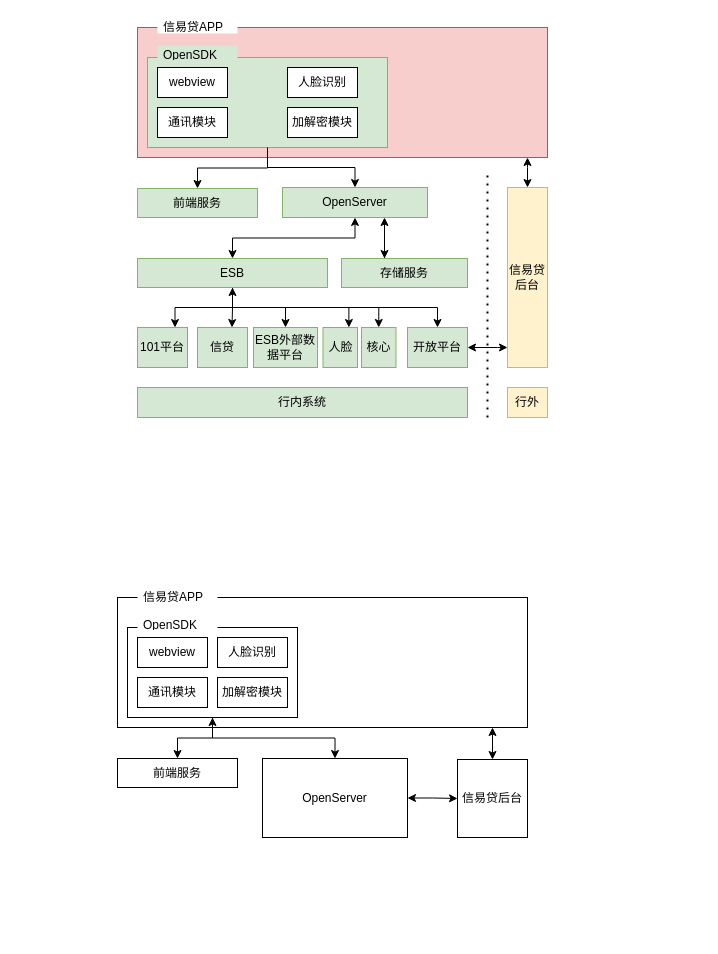
Before: page "第 3 页" (3 of 8) of doc/未命名绘图.drawio in shushanfx/nfile, a draw.io diagram. Source tidied: cells renumbered, new cells numbered last; positions are measured from the earlier drawing's top-left corner, leaving out a move shared by most shapes. Both pictures are drawn from the tidied source at 100%, with x=0, y=0 at pixel (117, 17).
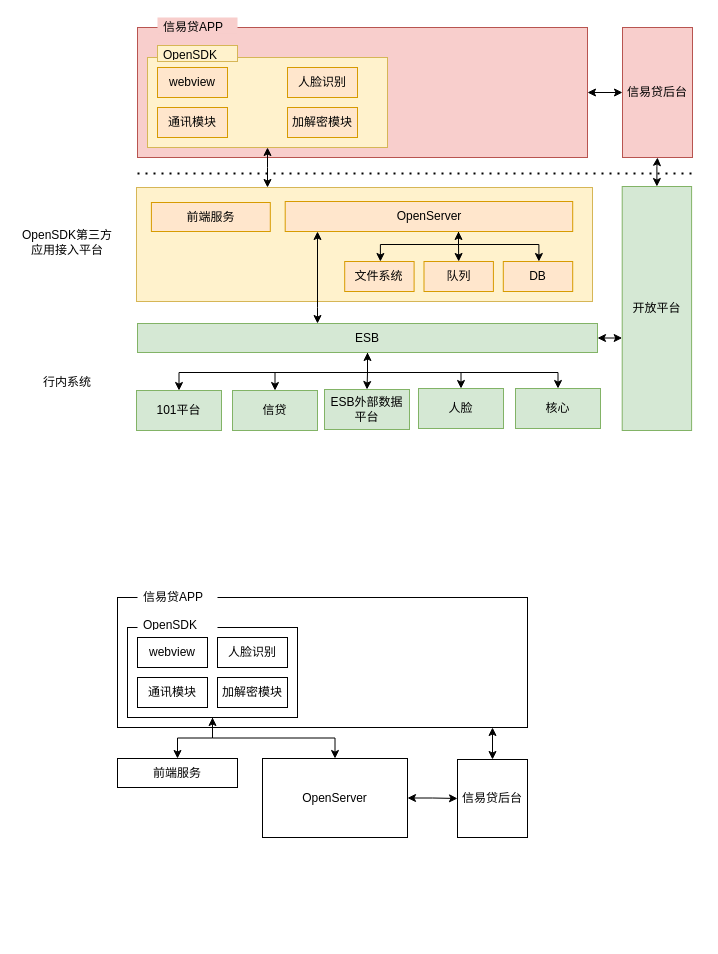
After the change.

The edit, as a diff of the source:
```diff
@@
-    <mxCell id="18" style="edgeStyle=orthogonalEdgeStyle;rounded=0;jettySize=auto;html=1;entryX=0.5;entryY=0;entryDx=0;entryDy=0;startArrow=classic;startFill=1;" parent="1" edge="1" source="19" target="38">
-      <mxGeometry relative="1" as="geometry">
-        <Array as="points">
-          <mxPoint x="410" y="150" />
-          <mxPoint x="410" y="150" />
-        </Array>
-      </mxGeometry>
-    </mxCell>
     <mxCell id="19" style="rounded=0;whiteSpace=wrap;html=1;fillColor=#f8cecc;strokeColor=#b85450;" parent="1" vertex="1">
-      <mxGeometry x="20" y="10" width="410" height="130" as="geometry" />
+      <mxGeometry x="20" y="10" width="450" height="130" as="geometry" />
     </mxCell>
-    <mxCell id="20" style="edgeStyle=orthogonalEdgeStyle;rounded=0;jettySize=auto;html=1;" parent="1" edge="1" source="21" target="41">
-      <mxGeometry relative="1" as="geometry" />
-    </mxCell>
+    <mxCell id="52" style="edgeStyle=orthogonalEdgeStyle;rounded=0;jettySize=auto;html=1;startArrow=classic;startFill=1;" parent="1" edge="1" source="21">
+      <mxGeometry relative="1" as="geometry">
+        <mxPoint x="150" y="170" as="targetPoint" />
+      </mxGeometry>
+    </mxCell>
-    <mxCell id="21" style="rounded=0;whiteSpace=wrap;html=1;fillColor=#d5e8d4;strokeColor=#82b366;" parent="1" vertex="1">
+    <mxCell id="21" style="rounded=0;whiteSpace=wrap;html=1;fillColor=#fff2cc;strokeColor=#d6b656;" parent="1" vertex="1">
       <mxGeometry x="30" y="40" width="240" height="90" as="geometry" />
     </mxCell>
-    <mxCell id="22" value="通讯模块" style="rounded=0;whiteSpace=wrap;html=1;" parent="1" vertex="1">
+    <mxCell id="22" value="通讯模块" style="rounded=0;whiteSpace=wrap;html=1;fillColor=#ffe6cc;strokeColor=#d79b00;" parent="1" vertex="1">
       <mxGeometry x="40" y="90" width="70" height="30" as="geometry" />
     </mxCell>
-    <mxCell id="23" value="加解密模块" style="rounded=0;whiteSpace=wrap;html=1;" parent="1" vertex="1">
+    <mxCell id="23" value="加解密模块" style="rounded=0;whiteSpace=wrap;html=1;fillColor=#ffe6cc;strokeColor=#d79b00;" parent="1" vertex="1">
       <mxGeometry x="170" y="90" width="70" height="30" as="geometry" />
     </mxCell>
-    <mxCell id="24" value="人脸识别" style="rounded=0;whiteSpace=wrap;html=1;" parent="1" vertex="1">
+    <mxCell id="24" value="人脸识别" style="rounded=0;whiteSpace=wrap;html=1;fillColor=#ffe6cc;strokeColor=#d79b00;" parent="1" vertex="1">
       <mxGeometry x="170" y="50" width="70" height="30" as="geometry" />
     </mxCell>
-    <mxCell id="25" value="webview" style="rounded=0;whiteSpace=wrap;html=1;" parent="1" vertex="1">
+    <mxCell id="25" value="webview" style="rounded=0;whiteSpace=wrap;html=1;fillColor=#ffe6cc;strokeColor=#d79b00;" parent="1" vertex="1">
       <mxGeometry x="40" y="50" width="70" height="30" as="geometry" />
     </mxCell>
-    <mxCell id="26" value="OpenSDK" style="text;strokeColor=none;fillColor=#d5e8d4;align=left;verticalAlign=middle;spacingLeft=4;spacingRight=4;overflow=hidden;whiteSpace=wrap;html=1;" parent="1" vertex="1">
+    <mxCell id="26" value="OpenSDK" style="text;strokeColor=#d6b656;fillColor=#fff2cc;align=left;verticalAlign=middle;spacingLeft=4;spacingRight=4;overflow=hidden;whiteSpace=wrap;html=1;" parent="1" vertex="1">
       <mxGeometry x="40" y="28" width="80" height="16" as="geometry" />
     </mxCell>
-    <mxCell id="27" value="信易贷APP" style="text;strokeColor=none;fillColor=default;align=left;verticalAlign=middle;spacingLeft=4;spacingRight=4;overflow=hidden;whiteSpace=wrap;html=1;" parent="1" vertex="1">
+    <mxCell id="27" value="信易贷APP" style="text;strokeColor=none;fillColor=#f8cecc;align=left;verticalAlign=middle;spacingLeft=4;spacingRight=4;overflow=hidden;whiteSpace=wrap;html=1;" parent="1" vertex="1">
       <mxGeometry x="40" width="80" height="16" as="geometry" />
     </mxCell>
-    <mxCell id="28" value="前端服务" style="rounded=0;whiteSpace=wrap;html=1;fillColor=#d5e8d4;strokeColor=#82b366;" parent="1" vertex="1">
-      <mxGeometry x="20" y="171" width="120" height="29" as="geometry" />
-    </mxCell>
-    <mxCell id="29" style="edgeStyle=orthogonalEdgeStyle;rounded=0;jettySize=auto;html=1;" parent="1" edge="1" source="21" target="28">
-      <mxGeometry relative="1" as="geometry" />
-    </mxCell>
-    <mxCell id="30" style="edgeStyle=orthogonalEdgeStyle;rounded=0;jettySize=auto;html=1;entryX=0.75;entryY=0;entryDx=0;entryDy=0;" parent="1" edge="1" source="36" target="42">
+    <mxCell id="30" style="edgeStyle=orthogonalEdgeStyle;rounded=0;jettySize=auto;html=1;entryX=0.5;entryY=0;entryDx=0;entryDy=0;" parent="1" edge="1" source="36" target="42">
       <mxGeometry relative="1" as="geometry" />
     </mxCell>
-    <mxCell id="31" style="edgeStyle=orthogonalEdgeStyle;rounded=0;orthogonalLoop=1;jettySize=auto;html=1;entryX=0.75;entryY=0;entryDx=0;entryDy=0;" parent="1" edge="1">
-      <mxGeometry relative="1" as="geometry">
-        <mxPoint x="112" y="270" as="sourcePoint" />
-        <mxPoint x="114.5" y="310" as="targetPoint" />
-        <Array as="points">
-          <mxPoint x="115" y="270" />
-          <mxPoint x="115" y="290" />
-        </Array>
-      </mxGeometry>
-    </mxCell>
+    <mxCell id="53" style="edgeStyle=orthogonalEdgeStyle;rounded=0;jettySize=auto;html=1;" parent="1" edge="1" source="36" target="43">
+      <mxGeometry relative="1" as="geometry" />
+    </mxCell>
-    <mxCell id="32" style="edgeStyle=orthogonalEdgeStyle;rounded=0;jettySize=auto;html=1;entryX=0.5;entryY=0;entryDx=0;entryDy=0;" parent="1" edge="1" source="36" target="44">
+    <mxCell id="32" style="edgeStyle=orthogonalEdgeStyle;rounded=0;jettySize=auto;html=1;" parent="1" edge="1" source="36" target="44">
       <mxGeometry relative="1" as="geometry" />
     </mxCell>
-    <mxCell id="33" style="edgeStyle=orthogonalEdgeStyle;rounded=0;jettySize=auto;html=1;entryX=0.75;entryY=0;entryDx=0;entryDy=0;" parent="1" edge="1" source="36" target="45">
+    <mxCell id="33" style="edgeStyle=orthogonalEdgeStyle;rounded=0;jettySize=auto;html=1;entryX=0.5;entryY=0;entryDx=0;entryDy=0;" parent="1" edge="1" source="36" target="45">
       <mxGeometry relative="1" as="geometry" />
     </mxCell>
-    <mxCell id="34" style="edgeStyle=orthogonalEdgeStyle;rounded=0;jettySize=auto;html=1;entryX=0.5;entryY=0;entryDx=0;entryDy=0;" parent="1" edge="1" source="36" target="46">
-      <mxGeometry relative="1" as="geometry">
-        <Array as="points">
-          <mxPoint x="115" y="290" />
-          <mxPoint x="261" y="290" />
-        </Array>
-      </mxGeometry>
+    <mxCell id="34" style="edgeStyle=orthogonalEdgeStyle;rounded=0;jettySize=auto;html=1;startArrow=classic;startFill=1;" parent="1" edge="1" source="36" target="46">
+      <mxGeometry relative="1" as="geometry" />
     </mxCell>
-    <mxCell id="35" style="edgeStyle=orthogonalEdgeStyle;rounded=0;jettySize=auto;html=1;entryX=0.5;entryY=0;entryDx=0;entryDy=0;startArrow=classic;startFill=1;" parent="1" edge="1" source="36" target="48">
+    <mxCell id="35" style="edgeStyle=orthogonalEdgeStyle;rounded=0;jettySize=auto;html=1;startArrow=classic;startFill=1;" parent="1" edge="1" source="36" target="48">
       <mxGeometry relative="1" as="geometry">
         <Array as="points">
-          <mxPoint x="115" y="290" />
-          <mxPoint x="320" y="290" />
+          <mxPoint x="500" y="321" />
+          <mxPoint x="500" y="321" />
         </Array>
       </mxGeometry>
     </mxCell>
     <mxCell id="36" value="ESB" style="rounded=0;whiteSpace=wrap;html=1;fillColor=#d5e8d4;strokeColor=#82b366;" parent="1" vertex="1">
-      <mxGeometry x="20" y="241" width="190" height="29" as="geometry" />
+      <mxGeometry x="20" y="306" width="460" height="29" as="geometry" />
     </mxCell>
-    <mxCell id="37" value="存储服务" style="rounded=0;whiteSpace=wrap;html=1;fillColor=#d5e8d4;strokeColor=#82b366;" parent="1" vertex="1">
-      <mxGeometry x="224" y="241" width="126" height="29" as="geometry" />
-    </mxCell>
+    <mxCell id="54" style="edgeStyle=orthogonalEdgeStyle;rounded=0;jettySize=auto;html=1;startArrow=classic;startFill=1;" parent="1" edge="1" source="38" target="19">
+      <mxGeometry relative="1" as="geometry" />
+    </mxCell>
-    <mxCell id="38" value="信易贷后台" style="rounded=0;whiteSpace=wrap;html=1;fillColor=#fff2cc;strokeColor=#d6b656;" parent="1" vertex="1">
-      <mxGeometry x="390" y="170" width="40" height="180" as="geometry" />
+    <mxCell id="38" value="信易贷后台" style="rounded=0;whiteSpace=wrap;html=1;fillColor=#f8cecc;strokeColor=#b85450;" parent="1" vertex="1">
+      <mxGeometry x="505" y="10" width="70" height="130" as="geometry" />
     </mxCell>
-    <mxCell id="39" style="edgeStyle=orthogonalEdgeStyle;rounded=0;jettySize=auto;html=1;startArrow=classic;startFill=1;" parent="1" edge="1" source="41" target="37">
-      <mxGeometry relative="1" as="geometry">
-        <Array as="points">
-          <mxPoint x="267" y="240" />
-          <mxPoint x="267" y="240" />
-        </Array>
-      </mxGeometry>
-    </mxCell>
-    <mxCell id="40" style="edgeStyle=orthogonalEdgeStyle;rounded=0;jettySize=auto;html=1;startArrow=classic;startFill=1;" parent="1" edge="1" source="41" target="36">
-      <mxGeometry relative="1" as="geometry" />
-    </mxCell>
+    <mxCell id="47" style="edgeStyle=orthogonalEdgeStyle;rounded=0;jettySize=auto;html=1;startArrow=classic;startFill=1;" parent="1" edge="1" source="48" target="38">
+      <mxGeometry relative="1" as="geometry" />
+    </mxCell>
+    <mxCell id="55" style="group;" parent="1" vertex="1">
+      <mxGeometry x="19" y="164" width="565" height="250" as="geometry" />
+    </mxCell>
+    <mxCell id="20" style="edgeStyle=orthogonalEdgeStyle;rounded=0;jettySize=auto;html=1;" parent="55" edge="1" target="41">
+      <mxGeometry relative="1" as="geometry">
+        <mxPoint x="128.9" y="56" as="sourcePoint" />
+      </mxGeometry>
+    </mxCell>
+    <mxCell id="56" style="rounded=0;whiteSpace=wrap;html=1;fillColor=#fff2cc;strokeColor=#d6b656;" parent="55" vertex="1">
+      <mxGeometry y="6" width="456" height="114" as="geometry" />
+    </mxCell>
+    <mxCell id="28" value="前端服务" style="rounded=0;whiteSpace=wrap;html=1;fillColor=#ffe6cc;strokeColor=#d79b00;" parent="55" vertex="1">
+      <mxGeometry x="14.9" y="21" width="118.9" height="29" as="geometry" />
+    </mxCell>
+    <mxCell id="57" style="edgeStyle=orthogonalEdgeStyle;rounded=0;orthogonalLoop=1;jettySize=auto;html=1;entryX=0.5;entryY=0;entryDx=0;entryDy=0;" parent="55" edge="1">
+      <mxGeometry relative="1" as="geometry">
+        <mxPoint x="322" y="50" as="sourcePoint" />
+        <mxPoint x="243.9" y="80" as="targetPoint" />
+        <Array as="points">
+          <mxPoint x="322" y="63" />
+          <mxPoint x="244" y="63" />
+        </Array>
+      </mxGeometry>
+    </mxCell>
+    <mxCell id="58" style="edgeStyle=orthogonalEdgeStyle;rounded=0;jettySize=auto;html=1;entryX=0.5;entryY=0;entryDx=0;entryDy=0;" parent="55" edge="1" source="41" target="61">
+      <mxGeometry relative="1" as="geometry">
+        <Array as="points">
+          <mxPoint x="322" y="63" />
+          <mxPoint x="322" y="63" />
+        </Array>
+      </mxGeometry>
+    </mxCell>
+    <mxCell id="59" style="edgeStyle=orthogonalEdgeStyle;rounded=0;orthogonalLoop=1;jettySize=auto;html=1;entryX=0.5;entryY=0;entryDx=0;entryDy=0;startArrow=classic;startFill=1;" parent="55" edge="1">
+      <mxGeometry relative="1" as="geometry">
+        <mxPoint x="322" y="50" as="sourcePoint" />
+        <mxPoint x="402.4" y="80" as="targetPoint" />
+        <Array as="points">
+          <mxPoint x="322" y="63" />
+          <mxPoint x="402" y="63" />
+        </Array>
+      </mxGeometry>
+    </mxCell>
-    <mxCell id="41" value="OpenServer" style="rounded=0;whiteSpace=wrap;html=1;fillColor=#d5e8d4;strokeColor=#82b366;" parent="1" vertex="1">
-      <mxGeometry x="165" y="170" width="145" height="30" as="geometry" />
+    <mxCell id="41" value="OpenServer" style="rounded=0;whiteSpace=wrap;html=1;fillColor=#ffe6cc;strokeColor=#d79b00;" parent="55" vertex="1">
+      <mxGeometry x="148.7" y="20" width="287.5" height="30" as="geometry" />
     </mxCell>
+    <mxCell id="48" value="开放平台" style="rounded=0;whiteSpace=wrap;html=1;fillColor=#d5e8d4;strokeColor=#82b366;" parent="55" vertex="1">
+      <mxGeometry x="485.7" y="5" width="69.4" height="244" as="geometry" />
+    </mxCell>
+    <mxCell id="60" value="DB" style="rounded=0;whiteSpace=wrap;html=1;fillColor=#ffe6cc;strokeColor=#d79b00;" parent="55" vertex="1">
+      <mxGeometry x="366.8" y="80" width="69.4" height="30" as="geometry" />
+    </mxCell>
+    <mxCell id="61" value="队列" style="rounded=0;whiteSpace=wrap;html=1;fillColor=#ffe6cc;strokeColor=#d79b00;" parent="55" vertex="1">
+      <mxGeometry x="287.5" y="80" width="69.4" height="30" as="geometry" />
+    </mxCell>
+    <mxCell id="62" value="文件系统" style="rounded=0;whiteSpace=wrap;html=1;fillColor=#ffe6cc;strokeColor=#d79b00;" parent="55" vertex="1">
+      <mxGeometry x="208.2" y="80" width="69.4" height="30" as="geometry" />
+    </mxCell>
-    <mxCell id="42" value="101平台" style="rounded=0;whiteSpace=wrap;html=1;fillColor=#d5e8d4;strokeColor=#82b366;" parent="1" vertex="1">
-      <mxGeometry x="20" y="310" width="50" height="40" as="geometry" />
+    <mxCell id="42" value="101平台" style="rounded=0;whiteSpace=wrap;html=1;fillColor=#d5e8d4;strokeColor=#82b366;" parent="55" vertex="1">
+      <mxGeometry y="209" width="85" height="40" as="geometry" />
     </mxCell>
-    <mxCell id="43" value="信贷" style="rounded=0;whiteSpace=wrap;html=1;fillColor=#d5e8d4;strokeColor=#82b366;" parent="1" vertex="1">
-      <mxGeometry x="80" y="310" width="50" height="40" as="geometry" />
+    <mxCell id="43" value="信贷" style="rounded=0;whiteSpace=wrap;html=1;fillColor=#d5e8d4;strokeColor=#82b366;" parent="55" vertex="1">
+      <mxGeometry x="96" y="209" width="85" height="40" as="geometry" />
     </mxCell>
-    <mxCell id="44" value="ESB外部数据平台" style="rounded=0;whiteSpace=wrap;html=1;fillColor=#d5e8d4;strokeColor=#82b366;" parent="1" vertex="1">
-      <mxGeometry x="136" y="310" width="64" height="40" as="geometry" />
+    <mxCell id="44" value="ESB外部数据平台" style="rounded=0;whiteSpace=wrap;html=1;fillColor=#d5e8d4;strokeColor=#82b366;" parent="55" vertex="1">
+      <mxGeometry x="188" y="208" width="85" height="40" as="geometry" />
     </mxCell>
-    <mxCell id="45" value="人脸" style="rounded=0;whiteSpace=wrap;html=1;fillColor=#d5e8d4;strokeColor=#82b366;" parent="1" vertex="1">
-      <mxGeometry x="205.5" y="310" width="34.5" height="40" as="geometry" />
+    <mxCell id="45" value="人脸" style="rounded=0;whiteSpace=wrap;html=1;fillColor=#d5e8d4;strokeColor=#82b366;" parent="55" vertex="1">
+      <mxGeometry x="282" y="207" width="85" height="40" as="geometry" />
     </mxCell>
-    <mxCell id="46" value="核心" style="rounded=0;whiteSpace=wrap;html=1;fillColor=#d5e8d4;strokeColor=#82b366;" parent="1" vertex="1">
-      <mxGeometry x="244" y="310" width="34.5" height="40" as="geometry" />
+    <mxCell id="46" value="核心" style="rounded=0;whiteSpace=wrap;html=1;fillColor=#d5e8d4;strokeColor=#82b366;" parent="55" vertex="1">
+      <mxGeometry x="379" y="207" width="85" height="40" as="geometry" />
     </mxCell>
-    <mxCell id="47" style="edgeStyle=orthogonalEdgeStyle;rounded=0;jettySize=auto;html=1;startArrow=classic;startFill=1;" parent="1" edge="1" source="48" target="38">
-      <mxGeometry relative="1" as="geometry">
-        <Array as="points">
-          <mxPoint x="380" y="330" />
-          <mxPoint x="380" y="330" />
-        </Array>
-      </mxGeometry>
-    </mxCell>
-    <mxCell id="48" value="开放平台" style="rounded=0;whiteSpace=wrap;html=1;fillColor=#d5e8d4;strokeColor=#82b366;" parent="1" vertex="1">
-      <mxGeometry x="290" y="310" width="60" height="40" as="geometry" />
-    </mxCell>
-    <mxCell id="49" style="endArrow=none;dashed=1;html=1;dashPattern=1 3;strokeWidth=2;rounded=0;" parent="1" edge="1">
-      <mxGeometry relative="1" as="geometry">
-        <mxPoint x="370" y="400" as="sourcePoint" />
-        <mxPoint x="370" y="158" as="targetPoint" />
-      </mxGeometry>
-    </mxCell>
+    <mxCell id="40" style="edgeStyle=orthogonalEdgeStyle;rounded=0;jettySize=auto;html=1;startArrow=classic;startFill=1;" parent="1" edge="1" source="41" target="36">
+      <mxGeometry relative="1" as="geometry">
+        <Array as="points">
+          <mxPoint x="200" y="290" />
+          <mxPoint x="200" y="290" />
+        </Array>
+      </mxGeometry>
+    </mxCell>
+    <mxCell id="63" style="endArrow=none;dashed=1;html=1;dashPattern=1 3;strokeWidth=2;rounded=0;" parent="1" edge="1">
+      <mxGeometry relative="1" as="geometry">
+        <mxPoint x="20" y="156" as="sourcePoint" />
+        <mxPoint x="580" y="156" as="targetPoint" />
+      </mxGeometry>
+    </mxCell>
+    <mxCell id="64" value="OpenSDK第三方应用接入平台" style="text;html=1;strokeColor=none;fillColor=none;align=center;verticalAlign=middle;whiteSpace=wrap;rounded=0;" parent="1" vertex="1">
+      <mxGeometry x="-100" y="210" width="100" height="30" as="geometry" />
+    </mxCell>
-    <mxCell id="50" value="行内系统" style="rounded=0;whiteSpace=wrap;html=1;fillColor=#d5e8d4;strokeColor=#82b366;" parent="1" vertex="1">
-      <mxGeometry x="20" y="370" width="330" height="30" as="geometry" />
+    <mxCell id="50" value="行内系统" style="text;html=1;strokeColor=none;fillColor=none;align=center;verticalAlign=middle;whiteSpace=wrap;rounded=0;" parent="1" vertex="1">
+      <mxGeometry x="-100" y="350" width="100" height="30" as="geometry" />
     </mxCell>
-    <mxCell id="51" value="行外" style="rounded=0;whiteSpace=wrap;html=1;fillColor=#fff2cc;strokeColor=#d6b656;" parent="1" vertex="1">
-      <mxGeometry x="390" y="370" width="40" height="30" as="geometry" />
-    </mxCell>
```
